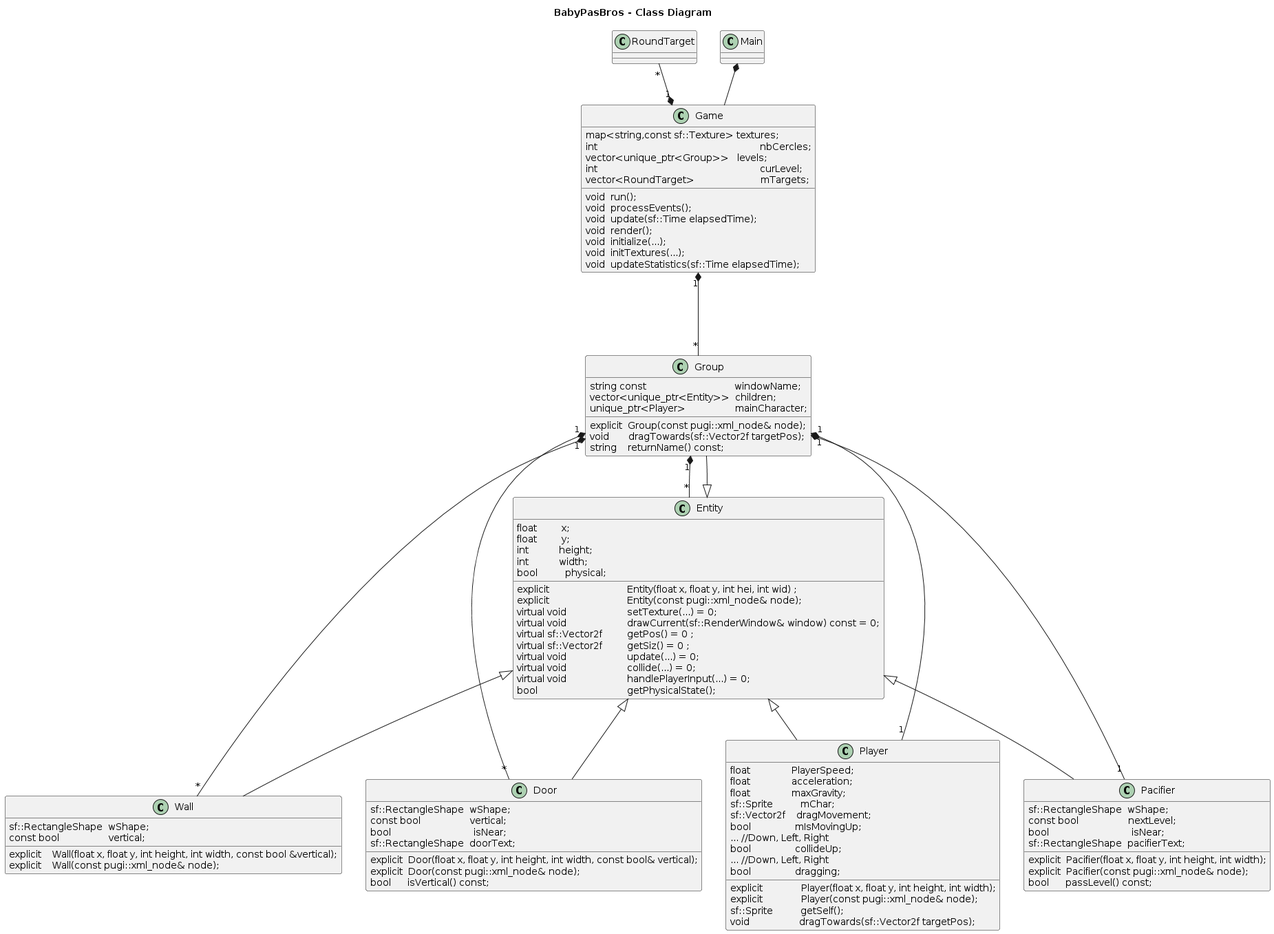
The PlantUML diagram Class_Diagram.png in ThELud0/BabyPasBros, before a commit.
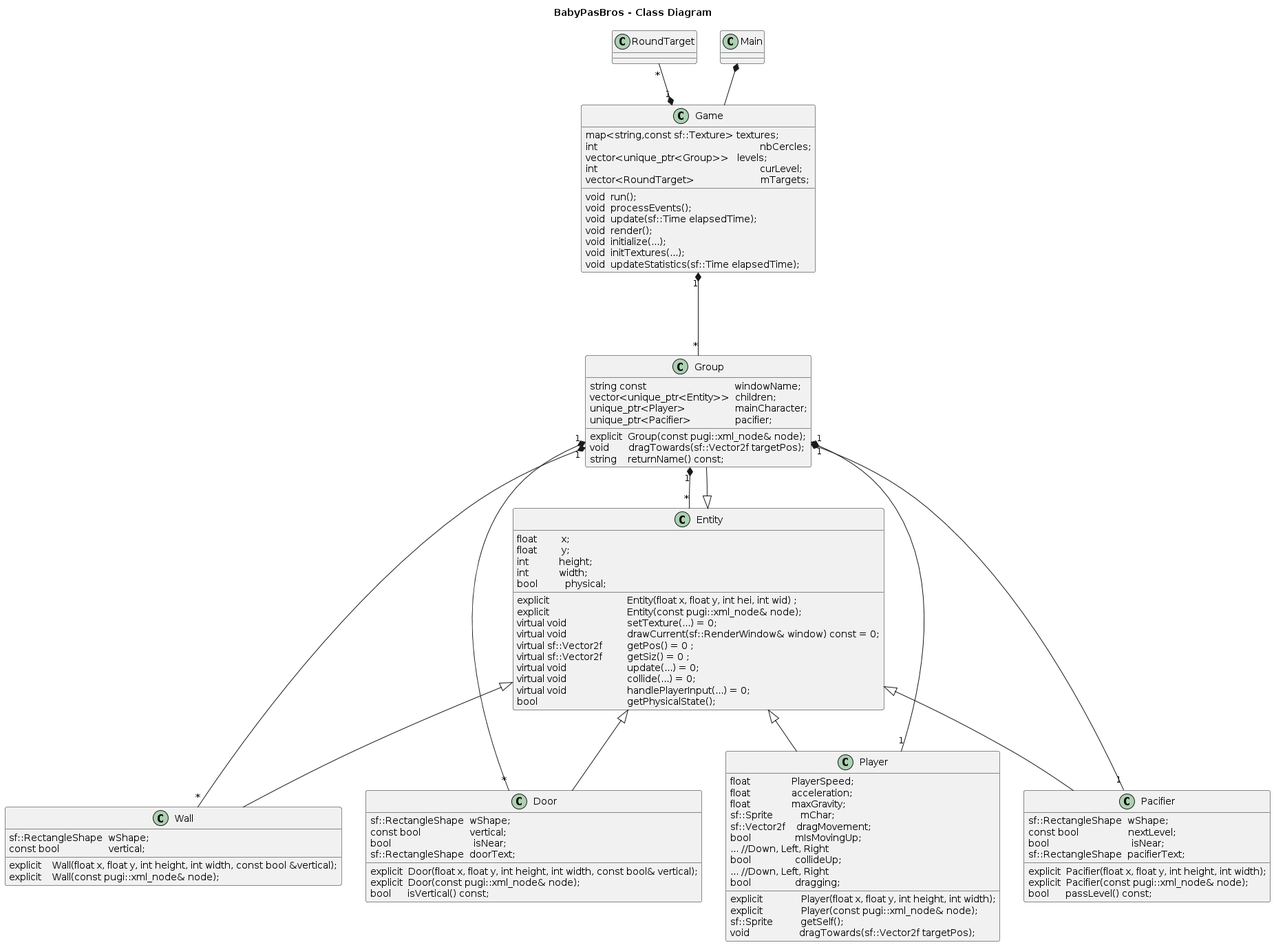
Above is the later version.

Commit message:
added pacifier attribute in group class on diagram

Diff of the diagram source:
```diff
@@ -92,6 +92,7 @@
 string const                                windowName;
 vector<unique_ptr<Entity>>  children;
 unique_ptr<Player>                  mainCharacter;
+unique_ptr<Pacifier>                pacifier;
 }
 
 class Pacifier {
```
